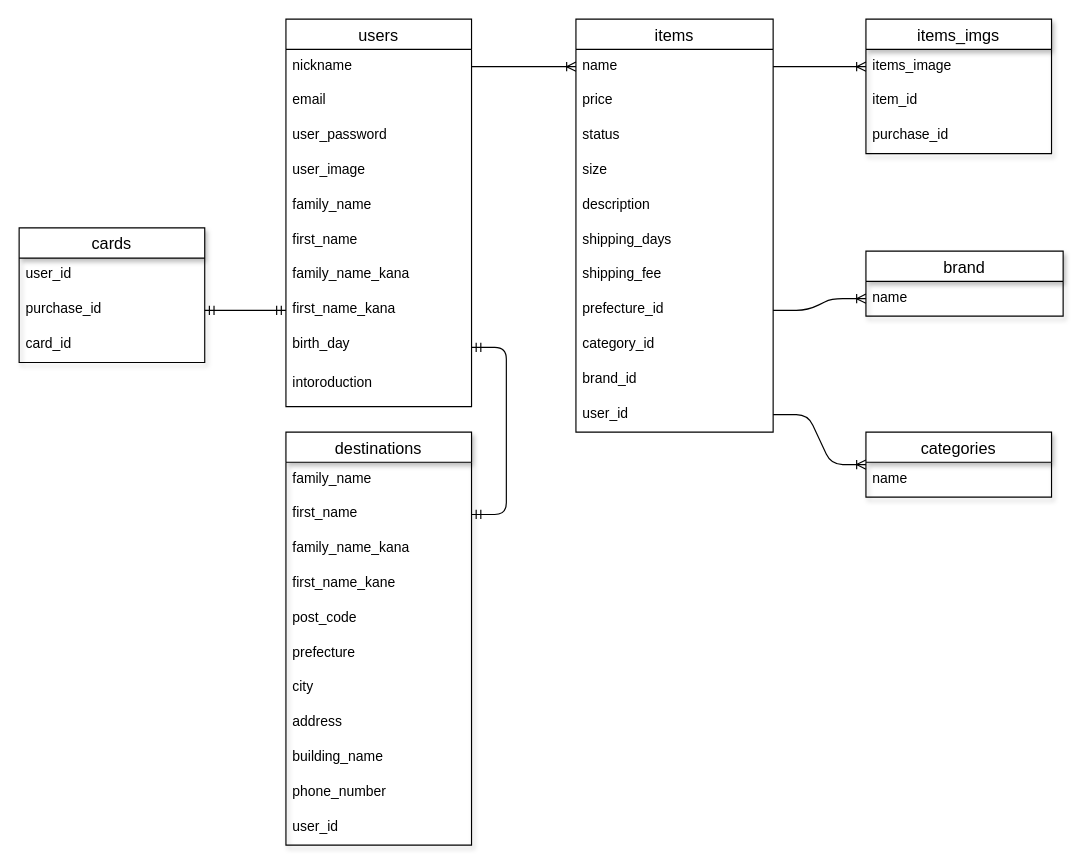
Earlier version of the draw.io diagram test.dio (raytakekawa/furima-35201). Source tidied: cells renumbered, new cells numbered last; positions are measured from the earlier drawing's top-left corner, leaving out a move shared by most shapes. Both pictures are drawn from the tidied source at 116%, with x=0, y=0 at pixel (19, 19).
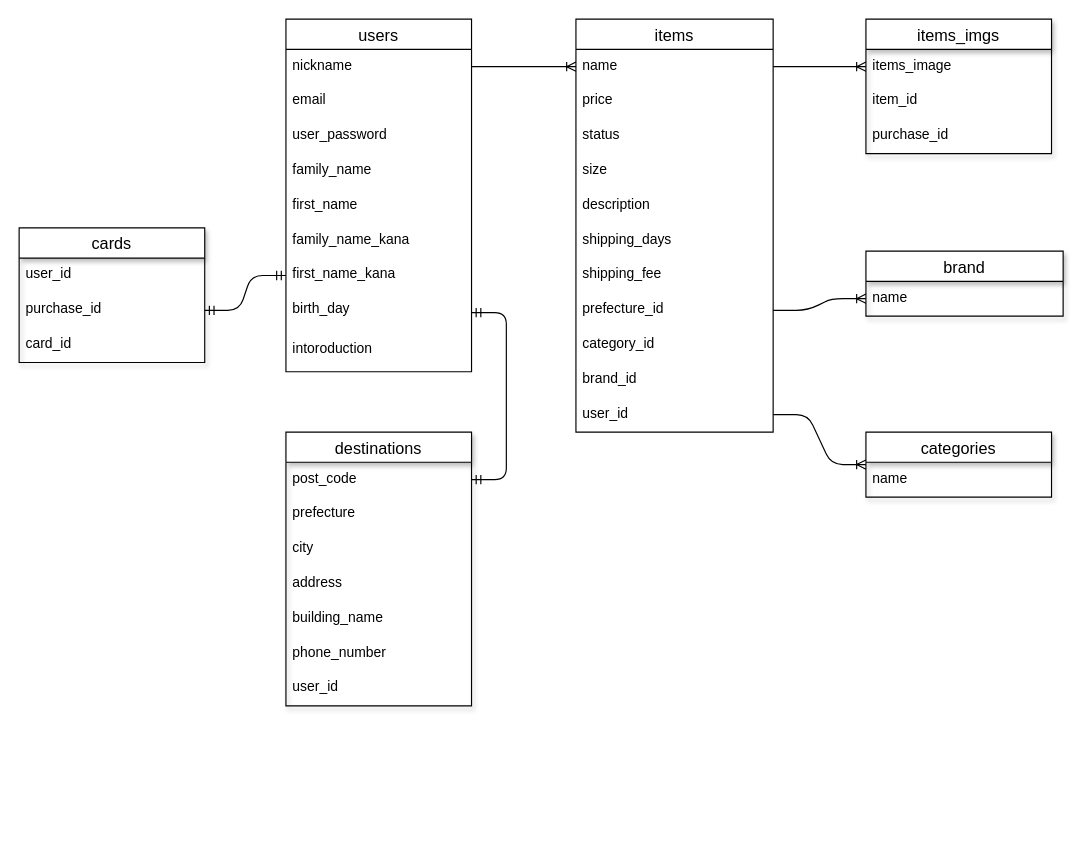
After the change.

Commit message (it also covers changes not shown here):
レビューを受けての訂正②

Change to the diagram source:
```diff
@@
     <mxCell id="2" value="users" style="swimlane;fontStyle=0;horizontal=1;startSize=26;align=center;fontSize=14;rounded=0;sketch=0;" parent="1" vertex="1">
-      <mxGeometry x="230" width="160" height="334" as="geometry" />
+      <mxGeometry x="230" width="160" height="304" as="geometry" />
     </mxCell>
@@
-    <mxCell id="6" value="user_image" style="text;strokeColor=none;fillColor=none;spacingLeft=4;spacingRight=4;overflow=hidden;fontSize=12;rounded=0;shadow=1;sketch=0;startSize=26;" parent="2" vertex="1">
-      <mxGeometry y="116" width="160" height="30" as="geometry" />
-    </mxCell>
     <mxCell id="7" value="family_name" style="text;strokeColor=none;fillColor=none;spacingLeft=4;spacingRight=4;overflow=hidden;fontSize=12;rounded=0;shadow=1;sketch=0;startSize=26;" parent="2" vertex="1">
-      <mxGeometry y="146" width="160" height="30" as="geometry" />
+      <mxGeometry y="116" width="160" height="30" as="geometry" />
     </mxCell>
     <mxCell id="8" value="first_name" style="text;strokeColor=none;fillColor=none;spacingLeft=4;spacingRight=4;overflow=hidden;fontSize=12;rounded=0;shadow=1;sketch=0;startSize=26;" parent="2" vertex="1">
-      <mxGeometry y="176" width="160" height="30" as="geometry" />
+      <mxGeometry y="146" width="160" height="30" as="geometry" />
     </mxCell>
     <mxCell id="9" value="family_name_kana" style="text;strokeColor=none;fillColor=none;spacingLeft=4;spacingRight=4;overflow=hidden;fontSize=12;rounded=0;shadow=1;sketch=0;startSize=26;" parent="2" vertex="1">
-      <mxGeometry y="206" width="160" height="30" as="geometry" />
+      <mxGeometry y="176" width="160" height="30" as="geometry" />
     </mxCell>
     <mxCell id="10" value="first_name_kana&#10;" style="text;strokeColor=none;fillColor=none;spacingLeft=4;spacingRight=4;overflow=hidden;points=[[0,0.5],[1,0.5]];portConstraint=eastwest;fontSize=12;rounded=0;shadow=1;sketch=0;startSize=26;" parent="2" vertex="1">
-      <mxGeometry y="236" width="160" height="30" as="geometry" />
+      <mxGeometry y="206" width="160" height="30" as="geometry" />
     </mxCell>
     <mxCell id="11" value="birth_day" style="text;strokeColor=none;fillColor=none;spacingLeft=4;spacingRight=4;overflow=hidden;points=[[0,0.5],[1,0.5]];portConstraint=eastwest;fontSize=12;shadow=1;" parent="2" vertex="1">
-      <mxGeometry y="266" width="160" height="34" as="geometry" />
+      <mxGeometry y="236" width="160" height="34" as="geometry" />
     </mxCell>
     <mxCell id="12" value="intoroduction" style="text;strokeColor=none;fillColor=none;spacingLeft=4;spacingRight=4;overflow=hidden;fontSize=12;shadow=1;" parent="2" vertex="1">
-      <mxGeometry y="300" width="160" height="34" as="geometry" />
+      <mxGeometry y="270" width="160" height="34" as="geometry" />
     </mxCell>
@@
     <mxCell id="27" value="destinations" style="swimlane;fontStyle=0;horizontal=1;startSize=26;align=center;fontSize=14;rounded=0;shadow=1;sketch=0;" parent="1" vertex="1">
-      <mxGeometry x="230" y="356" width="160" height="356" as="geometry" />
+      <mxGeometry x="230" y="356" width="160" height="236" as="geometry" />
     </mxCell>
-    <mxCell id="28" value="family_name" style="text;strokeColor=none;fillColor=none;spacingLeft=4;spacingRight=4;overflow=hidden;fontSize=12;" parent="27" vertex="1">
-      <mxGeometry y="26" width="160" height="30" as="geometry" />
-    </mxCell>
-    <mxCell id="29" value="first_name" style="text;strokeColor=none;fillColor=none;spacingLeft=4;spacingRight=4;overflow=hidden;points=[[0,0.5],[1,0.5]];portConstraint=eastwest;fontSize=12;" parent="27" vertex="1">
-      <mxGeometry y="56" width="160" height="30" as="geometry" />
-    </mxCell>
-    <mxCell id="30" value="family_name_kana" style="text;strokeColor=none;fillColor=none;spacingLeft=4;spacingRight=4;overflow=hidden;fontSize=12;" parent="27" vertex="1">
-      <mxGeometry y="86" width="160" height="30" as="geometry" />
-    </mxCell>
-    <mxCell id="31" value="first_name_kane" style="text;strokeColor=none;fillColor=none;spacingLeft=4;spacingRight=4;overflow=hidden;fontSize=12;" parent="27" vertex="1">
-      <mxGeometry y="116" width="160" height="30" as="geometry" />
-    </mxCell>
     <mxCell id="32" value="post_code" style="text;strokeColor=none;fillColor=none;spacingLeft=4;spacingRight=4;overflow=hidden;fontSize=12;" parent="27" vertex="1">
-      <mxGeometry y="146" width="160" height="30" as="geometry" />
+      <mxGeometry y="26" width="160" height="30" as="geometry" />
     </mxCell>
     <mxCell id="33" value="prefecture" style="text;strokeColor=none;fillColor=none;spacingLeft=4;spacingRight=4;overflow=hidden;fontSize=12;" parent="27" vertex="1">
-      <mxGeometry y="176" width="160" height="30" as="geometry" />
+      <mxGeometry y="56" width="160" height="30" as="geometry" />
     </mxCell>
     <mxCell id="34" value="city" style="text;strokeColor=none;fillColor=none;spacingLeft=4;spacingRight=4;overflow=hidden;fontSize=12;" parent="27" vertex="1">
-      <mxGeometry y="206" width="160" height="30" as="geometry" />
+      <mxGeometry y="86" width="160" height="30" as="geometry" />
     </mxCell>
     <mxCell id="35" value="address" style="text;strokeColor=none;fillColor=none;spacingLeft=4;spacingRight=4;overflow=hidden;fontSize=12;" parent="27" vertex="1">
-      <mxGeometry y="236" width="160" height="30" as="geometry" />
+      <mxGeometry y="116" width="160" height="30" as="geometry" />
     </mxCell>
     <mxCell id="36" value="building_name" style="text;strokeColor=none;fillColor=none;spacingLeft=4;spacingRight=4;overflow=hidden;fontSize=12;" parent="27" vertex="1">
-      <mxGeometry y="266" width="160" height="30" as="geometry" />
+      <mxGeometry y="146" width="160" height="30" as="geometry" />
     </mxCell>
     <mxCell id="37" value="phone_number" style="text;strokeColor=none;fillColor=none;spacingLeft=4;spacingRight=4;overflow=hidden;fontSize=12;" parent="27" vertex="1">
-      <mxGeometry y="296" width="160" height="30" as="geometry" />
+      <mxGeometry y="176" width="160" height="30" as="geometry" />
     </mxCell>
     <mxCell id="38" value="user_id&#10;" style="text;strokeColor=none;fillColor=none;spacingLeft=4;spacingRight=4;overflow=hidden;fontSize=12;" parent="27" vertex="1">
-      <mxGeometry y="326" width="160" height="30" as="geometry" />
+      <mxGeometry y="206" width="160" height="30" as="geometry" />
     </mxCell>
@@
-    <mxCell id="54" style="edgeStyle=entityRelationEdgeStyle;fontSize=12;html=1;endArrow=ERmandOne;startArrow=ERmandOne;entryX=1;entryY=0.5;entryDx=0;entryDy=0;exitX=1;exitY=0.5;exitDx=0;exitDy=0;" parent="1" edge="1" source="29" target="11">
-      <mxGeometry relative="1" as="geometry" />
+    <mxCell id="54" style="edgeStyle=entityRelationEdgeStyle;fontSize=12;html=1;endArrow=ERmandOne;startArrow=ERmandOne;entryX=1;entryY=0.5;entryDx=0;entryDy=0;exitX=1;exitY=0.5;exitDx=0;exitDy=0;" parent="1" edge="1" target="11">
+      <mxGeometry relative="1" as="geometry">
+        <mxPoint x="390" y="397" as="sourcePoint" />
+      </mxGeometry>
     </mxCell>
```
